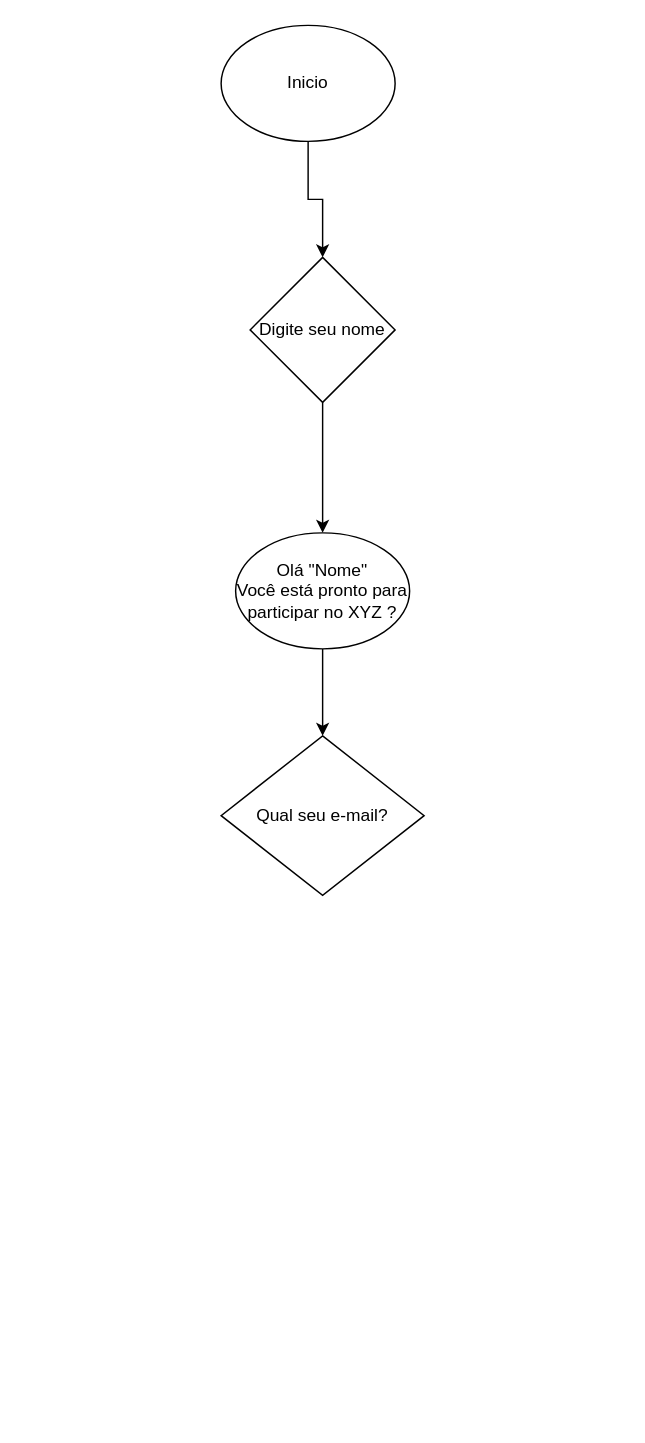
Earlier version of the draw.io diagram Untitled Diagram.drawio (Josh1540/senai-versoes-colaboracoes). Source tidied: cells renumbered, new cells numbered last; positions are measured from the earlier drawing's top-left corner, leaving out a move shared by most shapes. Both pictures are drawn from the tidied source at 145%, with x=0, y=0 at pixel (220, 25).
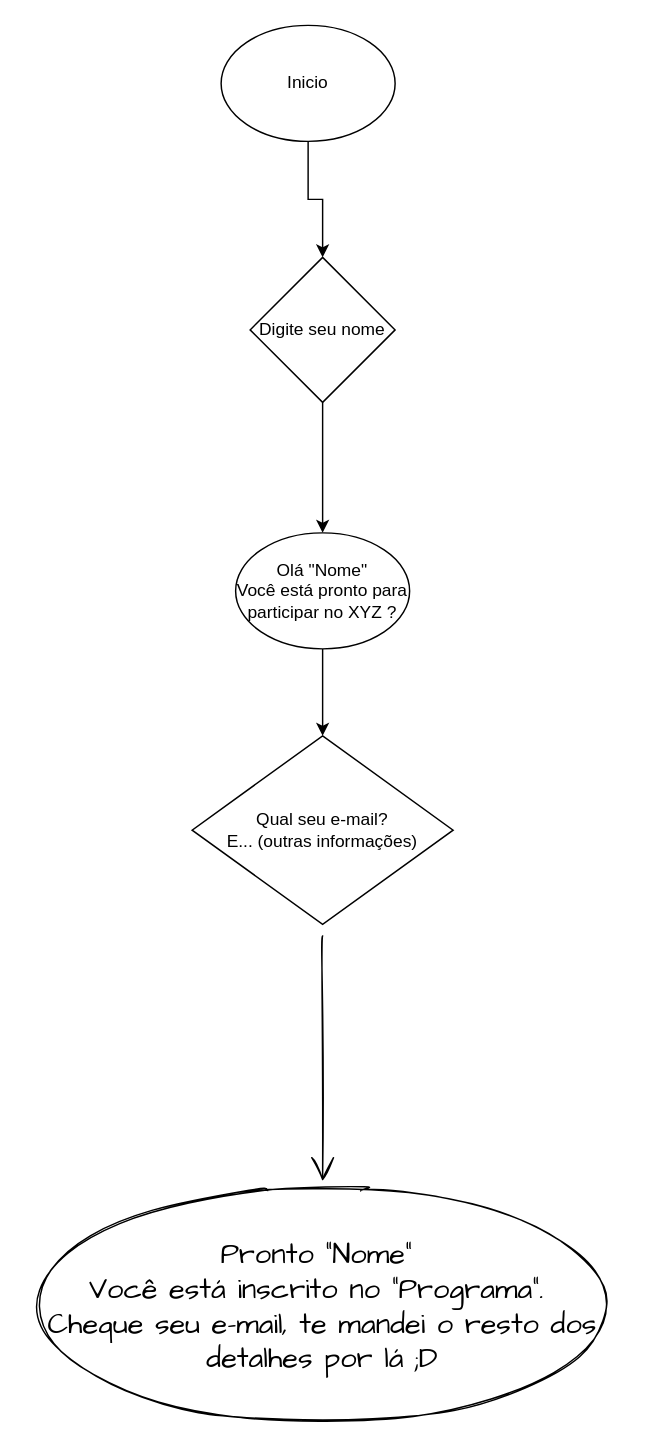
After the change.

Change to the diagram source:
```diff
@@
 <mxGraphModel>
   <root>
     <mxCell id="0" />
     <mxCell id="1" parent="0" />
     <mxCell id="2" style="edgeStyle=orthogonalEdgeStyle;rounded=0;jettySize=auto;html=1;" parent="1" edge="1" source="3" target="5">
       <mxGeometry relative="1" as="geometry" />
     </mxCell>
     <mxCell id="3" value="Inicio" style="ellipse;whiteSpace=wrap;html=1;" parent="1" vertex="1">
       <mxGeometry width="120" height="80" as="geometry" />
     </mxCell>
     <mxCell id="4" style="edgeStyle=orthogonalEdgeStyle;rounded=0;jettySize=auto;html=1;" parent="1" edge="1" source="5">
       <mxGeometry relative="1" as="geometry">
         <mxPoint x="70" y="350" as="targetPoint" />
       </mxGeometry>
     </mxCell>
     <mxCell id="5" value="Digite seu nome" style="rhombus;whiteSpace=wrap;html=1;" parent="1" vertex="1">
       <mxGeometry x="20" y="160" width="100" height="100" as="geometry" />
     </mxCell>
     <mxCell id="6" style="edgeStyle=orthogonalEdgeStyle;rounded=0;jettySize=auto;html=1;" parent="1" edge="1" source="7">
       <mxGeometry relative="1" as="geometry">
         <mxPoint x="70" y="490" as="targetPoint" />
+        <Array as="points">
+          <mxPoint x="70" y="450" />
+          <mxPoint x="70" y="450" />
+        </Array>
       </mxGeometry>
     </mxCell>
     <mxCell id="7" value="Olá &quot;Nome&quot;&lt;br&gt;Você está pronto para participar no XYZ ?" style="ellipse;whiteSpace=wrap;html=1;" parent="1" vertex="1">
       <mxGeometry x="10" y="350" width="120" height="80" as="geometry" />
     </mxCell>
+    <mxCell id="9" style="edgeStyle=none;curved=1;rounded=0;sketch=1;hachureGap=4;jettySize=auto;html=1;fontFamily=Architects Daughter;fontSize=16;endArrow=open;startSize=14;endSize=14;sourcePerimeterSpacing=8;targetPerimeterSpacing=8;" parent="1" edge="1" source="8" target="10">
+      <mxGeometry relative="1" as="geometry" />
+    </mxCell>
-    <mxCell id="8" value="Qual seu e-mail?" style="rhombus;whiteSpace=wrap;html=1;" parent="1" vertex="1">
-      <mxGeometry y="490" width="140" height="110" as="geometry" />
+    <mxCell id="8" value="Qual seu e-mail?&lt;br&gt;E... (outras informações)" style="rhombus;whiteSpace=wrap;html=1;" parent="1" vertex="1">
+      <mxGeometry x="-20" y="490" width="180" height="130" as="geometry" />
     </mxCell>
+    <mxCell id="10" value="Pronto &quot;Nome&quot;&amp;nbsp;&lt;br&gt;Você está inscrito no &quot;Programa&quot;.&amp;nbsp;&lt;br&gt;Cheque seu e-mail, te mandei o resto dos detalhes por lá ;D" style="ellipse;whiteSpace=wrap;html=1;sketch=1;hachureGap=4;fontFamily=Architects Daughter;fontSize=20;" parent="1" vertex="1">
+      <mxGeometry x="-135" y="805" width="410" height="155" as="geometry" />
+    </mxCell>
   </root>
 </mxGraphModel>
```
